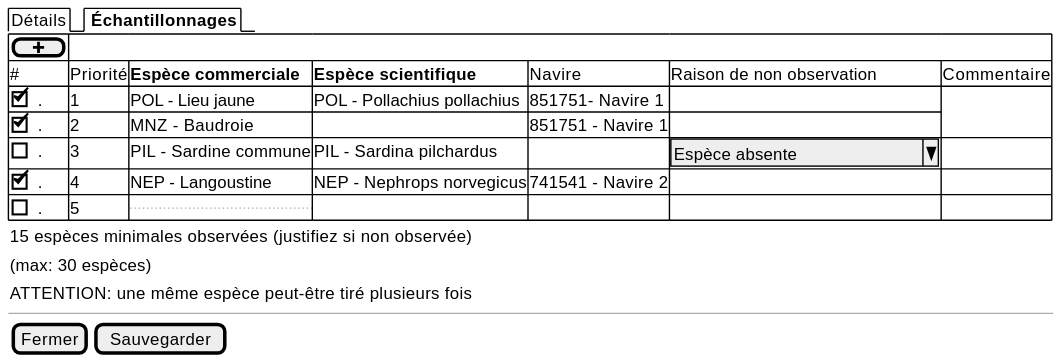
sumaris-net/sumaris-doc keeps this PlantUML diagram as projects/obsvente/spe/images/landings-table.svg. Above is the earlier version. Its source is kept beside it as projects/obsvente/spe/images/landings-table.puml. Its diagram source:
```plantuml
@startsalt
{

  {/  Détails | <b> Échantillonnages }

	{#
      [ <&plus> ]
      # | Priorité | <b>Espèce commerciale | <b>Espèce scientifique             | Navire | Raison de non observation | Commentaire
      [X] . | 1 | POL - Lieu jaune | POL - Pollachius pollachius | 851751- Navire 1 | .
      [X] . | 2 | MNZ - Baudroie | . | 851751 - Navire 1 | .
      [ ] . | 3 | PIL - Sardine commune | PIL - Sardina pilchardus | . | ^ Espèce absente       ^ | .
      [X] . | 4 | NEP - Langoustine | NEP - Nephrops norvegicus   | 741541 - Navire 2 | . | .
      [ ] . | 5 | ... | . | . | .

    }
    { 15 espèces minimales observées (justifiez si non observée) }

    { (max: 30 espèces) }

    { ATTENTION: une même espèce peut-être tiré plusieurs fois }
  --


  {
    [Fermer] | [Sauvegarder]
  }
}
@endsalt
```
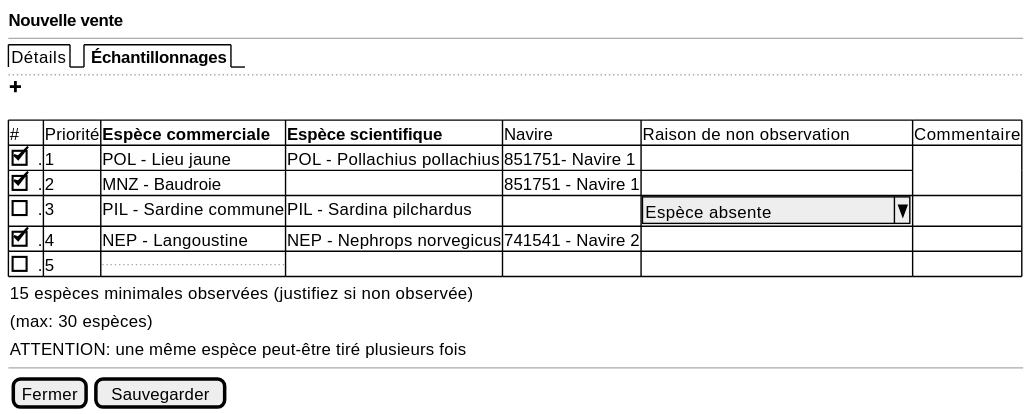
The same file after the commit.

What changed in the source:
```diff
@@ -1,10 +1,13 @@
 @startsalt
 {
+  <b>Nouvelle vente
+  --
+  {/  Détails | <b> Échantillonnages }
+  ..
+  <&plus>
+  .
+	{#
 
-  {/  Détails | <b> Échantillonnages }
-
-	{#
-      [ <&plus> ]
       # | Priorité | <b>Espèce commerciale | <b>Espèce scientifique             | Navire | Raison de non observation | Commentaire
       [X] . | 1 | POL - Lieu jaune | POL - Pollachius pollachius | 851751- Navire 1 | .
       [X] . | 2 | MNZ - Baudroie | . | 851751 - Navire 1 | .
```
